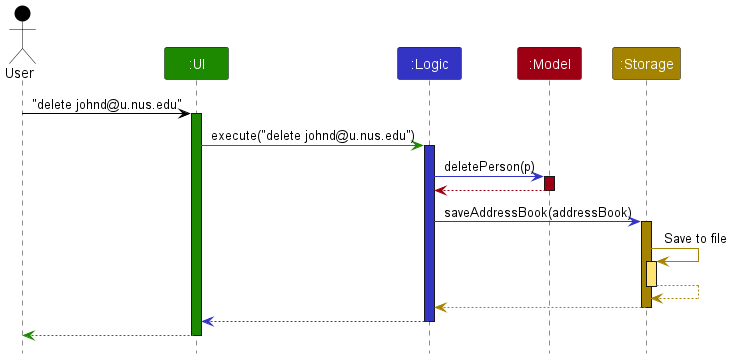
wnchan/tp keeps this PlantUML diagram as docs/images/ArchitectureSequenceDiagram.png. Above is the earlier version. The source it was exported from:
```plantuml
@startuml
!include style.puml
skinparam ArrowFontStyle plain

Actor User as user USER_COLOR
Participant ":UI" as ui UI_COLOR
Participant ":Logic" as logic LOGIC_COLOR
Participant ":Model" as model MODEL_COLOR
Participant ":Storage" as storage STORAGE_COLOR

user -[USER_COLOR]> ui : "delete johnd@u.nus.edu"
activate ui UI_COLOR

ui -[UI_COLOR]> logic : execute("delete johnd@u.nus.edu")
activate logic LOGIC_COLOR

logic -[LOGIC_COLOR]> model : deletePerson(p)
activate model MODEL_COLOR

model -[MODEL_COLOR]-> logic
deactivate model

logic -[LOGIC_COLOR]> storage : saveAddressBook(addressBook)
activate storage STORAGE_COLOR

storage -[STORAGE_COLOR]> storage : Save to file
activate storage STORAGE_COLOR_T1
storage --[STORAGE_COLOR]> storage
deactivate storage

storage --[STORAGE_COLOR]> logic
deactivate storage

logic --[LOGIC_COLOR]> ui
deactivate logic

ui--[UI_COLOR]> user
deactivate ui
@enduml
```
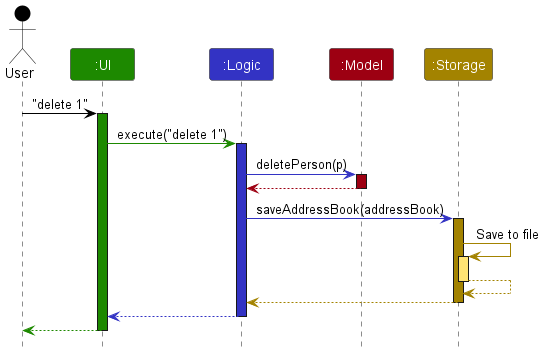
After the change.

Commit message:
Revert "Edit documentation bugs and edit architecture sequence diagram"

The edit, as a diff of the source:
```diff
@@ -8,10 +8,10 @@
 Participant ":Model" as model MODEL_COLOR
 Participant ":Storage" as storage STORAGE_COLOR
 
-user -[USER_COLOR]> ui : "delete johnd@u.nus.edu"
+user -[USER_COLOR]> ui : "delete 1"
 activate ui UI_COLOR
 
-ui -[UI_COLOR]> logic : execute("delete johnd@u.nus.edu")
+ui -[UI_COLOR]> logic : execute("delete 1")
 activate logic LOGIC_COLOR
 
 logic -[LOGIC_COLOR]> model : deletePerson(p)
```
